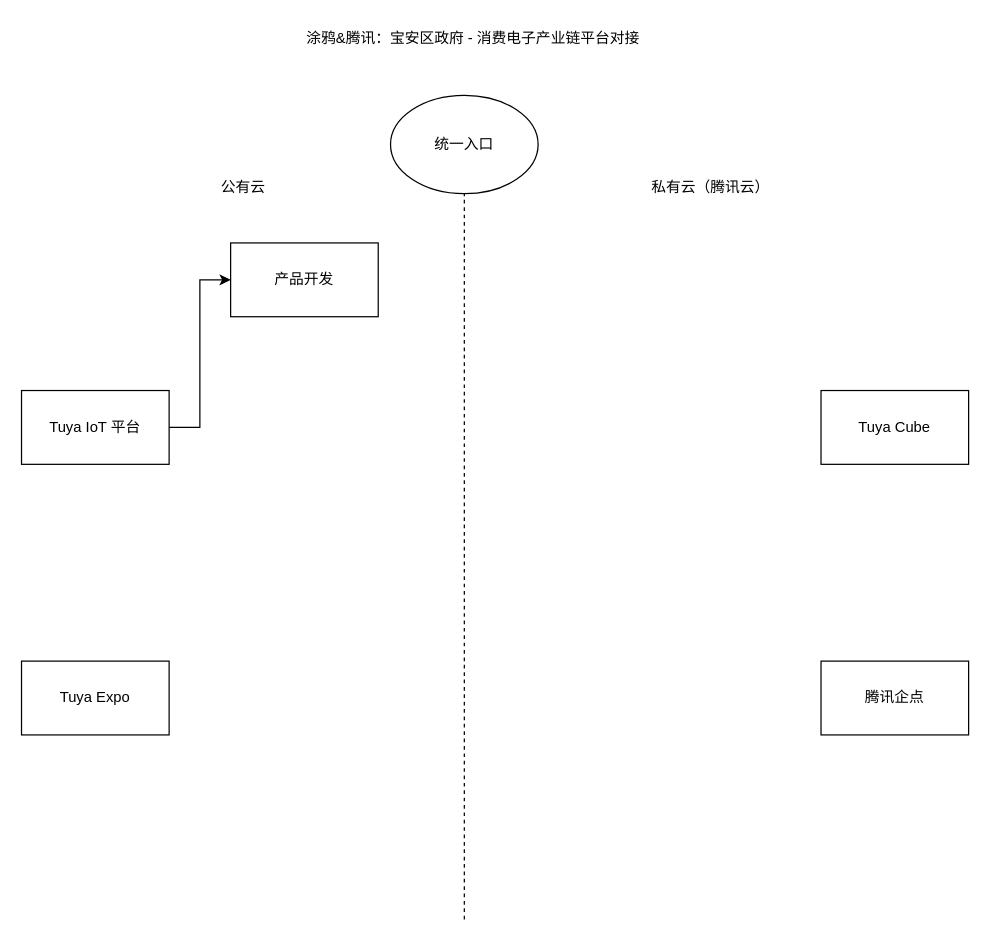
Above: page "腾讯：宝安政府项目" (1 of 2) of Cube 项目.drawio in Sidamor/drawio (draw.io), before the change. Source tidied: cells renumbered, new cells numbered last; positions are measured from the earlier drawing's top-left corner, leaving out a move shared by most shapes. Both pictures are drawn from the tidied source at 123%, with x=0, y=0 at pixel (21, 21).
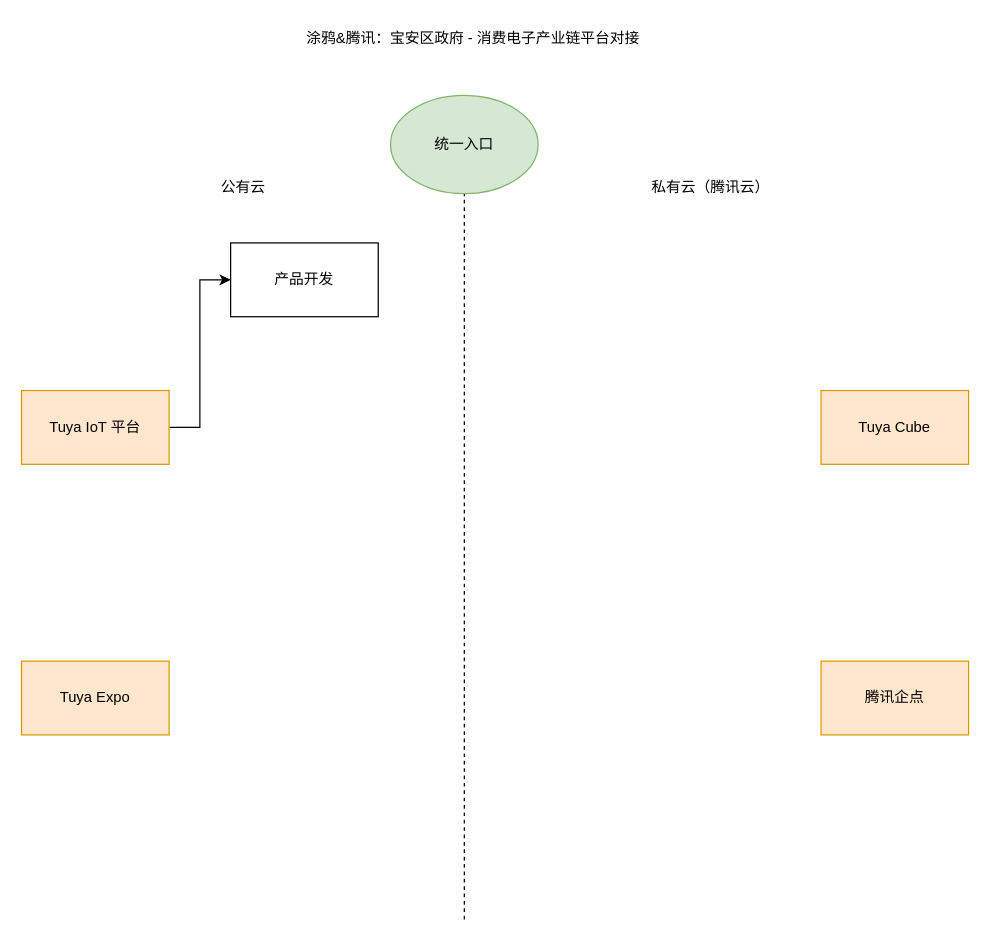
The same page after the edit.

Change to the diagram source:
```diff
@@
 <mxGraphModel>
   <root>
     <mxCell id="0" />
     <mxCell id="1" parent="0" />
     <mxCell id="2" value="涂鸦&amp;腾讯：宝安区政府 - 消费电子产业链平台对接" style="text;whiteSpace=wrap;" parent="1" vertex="1">
       <mxGeometry x="230" width="286" height="40" as="geometry" />
     </mxCell>
     <mxCell id="3" style="edgeStyle=orthogonalEdgeStyle;rounded=0;jettySize=auto;html=1;entryX=0;entryY=0.5;entryDx=0;entryDy=0;" parent="1" edge="1" source="4" target="8">
       <mxGeometry relative="1" as="geometry" />
     </mxCell>
-    <mxCell id="4" value="Tuya IoT 平台" style="rounded=0;whiteSpace=wrap;html=1;" parent="1" vertex="1">
+    <mxCell id="4" value="Tuya IoT 平台" style="rounded=0;whiteSpace=wrap;html=1;fillColor=#ffe6cc;strokeColor=#d79b00;" parent="1" vertex="1">
       <mxGeometry y="300" width="120" height="60" as="geometry" />
     </mxCell>
     <mxCell id="5" style="endArrow=none;dashed=1;html=1;rounded=0;" parent="1" edge="1" source="13">
       <mxGeometry relative="1" as="geometry">
         <mxPoint x="360" y="100" as="targetPoint" />
       </mxGeometry>
     </mxCell>
     <mxCell id="6" value="公有云" style="text;html=1;align=center;verticalAlign=middle;strokeColor=none;fillColor=none;" parent="1" vertex="1">
       <mxGeometry x="150" y="120" width="60" height="30" as="geometry" />
     </mxCell>
     <mxCell id="7" value="私有云（腾讯云）" style="text;html=1;align=center;verticalAlign=middle;strokeColor=none;fillColor=none;" parent="1" vertex="1">
       <mxGeometry x="500" y="120" width="120" height="30" as="geometry" />
     </mxCell>
     <mxCell id="8" value="产品开发" style="whiteSpace=wrap;html=1;rounded=0;" parent="1" vertex="1">
       <mxGeometry x="170" y="180" width="120" height="60" as="geometry" />
     </mxCell>
-    <mxCell id="9" value="Tuya Cube" style="rounded=0;whiteSpace=wrap;html=1;" parent="1" vertex="1">
+    <mxCell id="9" value="Tuya Cube" style="rounded=0;whiteSpace=wrap;html=1;fillColor=#ffe6cc;strokeColor=#d79b00;" parent="1" vertex="1">
       <mxGeometry x="650" y="300" width="120" height="60" as="geometry" />
     </mxCell>
-    <mxCell id="10" value="腾讯企点" style="rounded=0;whiteSpace=wrap;html=1;" parent="1" vertex="1">
+    <mxCell id="10" value="腾讯企点" style="rounded=0;whiteSpace=wrap;html=1;fillColor=#ffe6cc;strokeColor=#d79b00;" parent="1" vertex="1">
       <mxGeometry x="650" y="520" width="120" height="60" as="geometry" />
     </mxCell>
-    <mxCell id="11" value="Tuya Expo" style="rounded=0;whiteSpace=wrap;html=1;" parent="1" vertex="1">
+    <mxCell id="11" value="Tuya Expo" style="rounded=0;whiteSpace=wrap;html=1;fillColor=#ffe6cc;strokeColor=#d79b00;" parent="1" vertex="1">
       <mxGeometry y="520" width="120" height="60" as="geometry" />
     </mxCell>
     <mxCell id="12" style="endArrow=none;dashed=1;html=1;rounded=0;" parent="1" edge="1" target="13">
       <mxGeometry relative="1" as="geometry">
         <mxPoint x="360" y="730" as="sourcePoint" />
       </mxGeometry>
     </mxCell>
-    <mxCell id="13" value="统一入口" style="ellipse;whiteSpace=wrap;html=1;" parent="1" vertex="1">
+    <mxCell id="13" value="统一入口" style="ellipse;whiteSpace=wrap;html=1;fillColor=#d5e8d4;strokeColor=#82b366;" parent="1" vertex="1">
       <mxGeometry x="300" y="60" width="120" height="80" as="geometry" />
     </mxCell>
   </root>
 </mxGraphModel>
```
